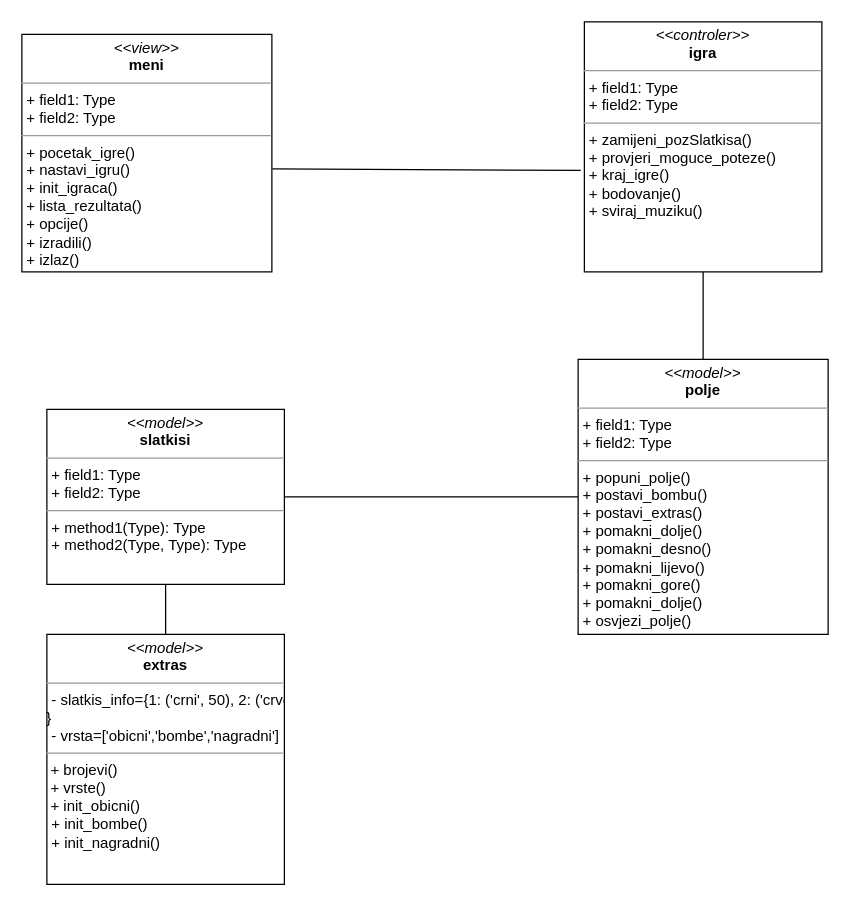
The draw.io diagram page "MVC" (7 of 9) of Dijagram.drawio in Aytoozi/Match-3-puzzle, before the edit. Source tidied: cells renumbered, new cells numbered last; positions are measured from the earlier drawing's top-left corner, leaving out a move shared by most shapes. Both pictures are drawn from the tidied source at 125%, with x=0, y=0 at pixel (21, 21).
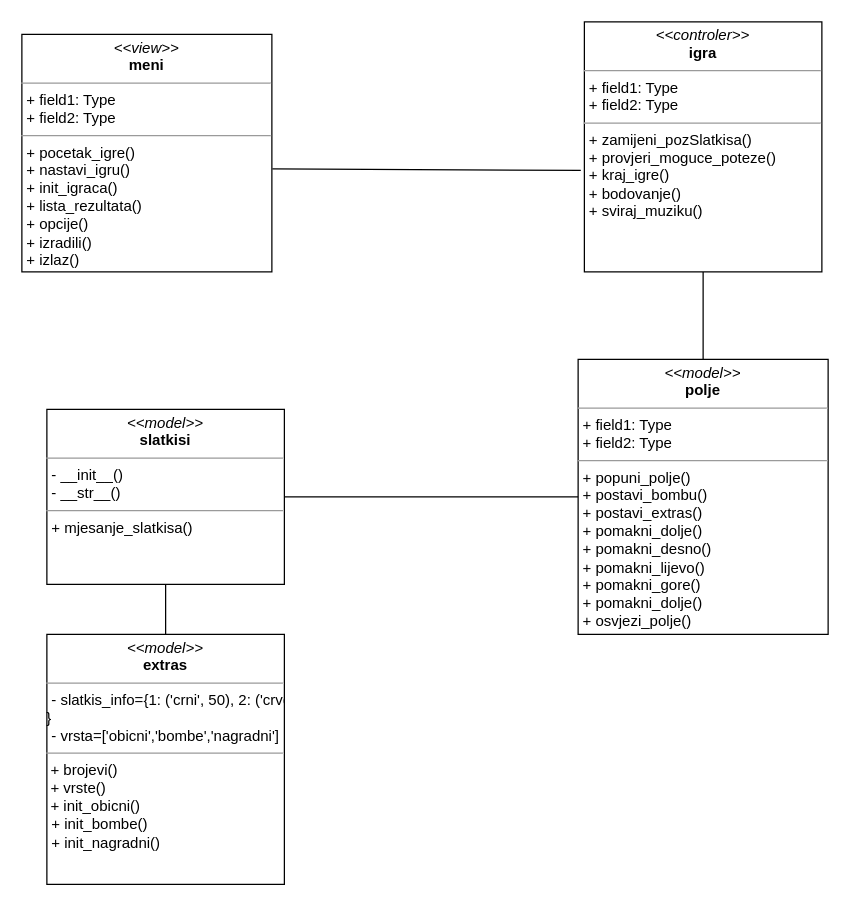
After the change.

What changed in the source:
```diff
@@
 <mxGraphModel>
   <root>
     <mxCell id="0" />
     <mxCell id="1" parent="0" />
     <mxCell id="2" value="&lt;p style=&quot;margin: 0px ; margin-top: 4px ; text-align: center&quot;&gt;&lt;i&gt;&amp;lt;&amp;lt;view&amp;gt;&amp;gt;&lt;/i&gt;&lt;br&gt;&lt;b&gt;meni&lt;/b&gt;&lt;/p&gt;&lt;hr size=&quot;1&quot;&gt;&lt;p style=&quot;margin: 0px ; margin-left: 4px&quot;&gt;+ field1: Type&lt;br&gt;+ field2: Type&lt;/p&gt;&lt;hr size=&quot;1&quot;&gt;&lt;p style=&quot;margin: 0px ; margin-left: 4px&quot;&gt;+ pocetak_igre()&lt;/p&gt;&lt;p style=&quot;margin: 0px ; margin-left: 4px&quot;&gt;+ nastavi_igru()&lt;br&gt;+ init_igraca()&lt;/p&gt;&lt;p style=&quot;margin: 0px ; margin-left: 4px&quot;&gt;+ lista_rezultata()&lt;/p&gt;&lt;p style=&quot;margin: 0px ; margin-left: 4px&quot;&gt;+ opcije()&lt;/p&gt;&lt;p style=&quot;margin: 0px ; margin-left: 4px&quot;&gt;+ izradili()&lt;/p&gt;&lt;p style=&quot;margin: 0px ; margin-left: 4px&quot;&gt;+ izlaz()&lt;/p&gt;" style="verticalAlign=top;align=left;overflow=fill;fontSize=12;fontFamily=Helvetica;html=1;" parent="1" vertex="1">
       <mxGeometry y="10" width="200" height="190" as="geometry" />
     </mxCell>
     <mxCell id="3" value="&lt;p style=&quot;margin: 0px ; margin-top: 4px ; text-align: center&quot;&gt;&lt;i&gt;&amp;lt;&amp;lt;model&amp;gt;&amp;gt;&lt;/i&gt;&lt;br&gt;&lt;b&gt;polje&lt;/b&gt;&lt;/p&gt;&lt;hr size=&quot;1&quot;&gt;&lt;p style=&quot;margin: 0px ; margin-left: 4px&quot;&gt;+ field1: Type&lt;br&gt;+ field2: Type&lt;/p&gt;&lt;hr size=&quot;1&quot;&gt;&lt;p style=&quot;margin: 0px ; margin-left: 4px&quot;&gt;+ popuni_polje()&lt;/p&gt;&lt;p style=&quot;margin: 0px ; margin-left: 4px&quot;&gt;+ postavi_bombu()&lt;/p&gt;&lt;p style=&quot;margin: 0px ; margin-left: 4px&quot;&gt;+ postavi_extras()&lt;/p&gt;&lt;p style=&quot;margin: 0px ; margin-left: 4px&quot;&gt;+ pomakni_dolje()&lt;/p&gt;&lt;p style=&quot;margin: 0px ; margin-left: 4px&quot;&gt;+ pomakni_desno()&lt;/p&gt;&lt;p style=&quot;margin: 0px ; margin-left: 4px&quot;&gt;+ pomakni_lijevo()&lt;br&gt;&lt;/p&gt;&lt;p style=&quot;margin: 0px ; margin-left: 4px&quot;&gt;+ pomakni_gore()&lt;br&gt;&lt;/p&gt;&lt;p style=&quot;margin: 0px ; margin-left: 4px&quot;&gt;+ pomakni_dolje()&lt;br&gt;&lt;/p&gt;&lt;p style=&quot;margin: 0px ; margin-left: 4px&quot;&gt;+ osvjezi_polje()&lt;/p&gt;" style="verticalAlign=top;align=left;overflow=fill;fontSize=12;fontFamily=Helvetica;html=1;" parent="1" vertex="1">
       <mxGeometry x="445" y="270" width="200" height="220" as="geometry" />
     </mxCell>
-    <mxCell id="4" value="&lt;p style=&quot;margin: 0px ; margin-top: 4px ; text-align: center&quot;&gt;&lt;i&gt;&amp;lt;&amp;lt;&lt;/i&gt;&lt;i&gt;model&lt;/i&gt;&lt;i&gt;&amp;gt;&amp;gt;&lt;/i&gt;&lt;br&gt;&lt;b&gt;slatkisi&lt;/b&gt;&lt;/p&gt;&lt;hr size=&quot;1&quot;&gt;&lt;p style=&quot;margin: 0px ; margin-left: 4px&quot;&gt;+ field1: Type&lt;br&gt;+ field2: Type&lt;/p&gt;&lt;hr size=&quot;1&quot;&gt;&lt;p style=&quot;margin: 0px ; margin-left: 4px&quot;&gt;+ method1(Type): Type&lt;br&gt;+ method2(Type, Type): Type&lt;/p&gt;" style="verticalAlign=top;align=left;overflow=fill;fontSize=12;fontFamily=Helvetica;html=1;" parent="1" vertex="1">
+    <mxCell id="4" value="&lt;p style=&quot;margin: 0px ; margin-top: 4px ; text-align: center&quot;&gt;&lt;i&gt;&amp;lt;&amp;lt;&lt;/i&gt;&lt;i&gt;model&lt;/i&gt;&lt;i&gt;&amp;gt;&amp;gt;&lt;/i&gt;&lt;br&gt;&lt;b&gt;slatkisi&lt;/b&gt;&lt;/p&gt;&lt;hr size=&quot;1&quot;&gt;&lt;p style=&quot;margin: 0px ; margin-left: 4px&quot;&gt;- __init__()&lt;br&gt;- __str__()&lt;/p&gt;&lt;hr size=&quot;1&quot;&gt;&lt;p style=&quot;margin: 0px ; margin-left: 4px&quot;&gt;+ mjesanje_slatkisa()&lt;/p&gt;&lt;p style=&quot;margin: 0px ; margin-left: 4px&quot;&gt;&lt;br&gt;&lt;/p&gt;" style="verticalAlign=top;align=left;overflow=fill;fontSize=12;fontFamily=Helvetica;html=1;" parent="1" vertex="1">
       <mxGeometry x="20" y="310" width="190" height="140" as="geometry" />
     </mxCell>
     <mxCell id="5" value="&lt;p style=&quot;margin: 0px ; margin-top: 4px ; text-align: center&quot;&gt;&lt;i&gt;&amp;lt;&amp;lt;controler&amp;gt;&amp;gt;&lt;/i&gt;&lt;br&gt;&lt;b&gt;igra&lt;/b&gt;&lt;/p&gt;&lt;hr size=&quot;1&quot;&gt;&lt;p style=&quot;margin: 0px ; margin-left: 4px&quot;&gt;+ field1: Type&lt;br&gt;+ field2: Type&lt;/p&gt;&lt;hr size=&quot;1&quot;&gt;&lt;p style=&quot;margin: 0px ; margin-left: 4px&quot;&gt;+ zamijeni_pozSlatkisa()&lt;/p&gt;&lt;p style=&quot;margin: 0px ; margin-left: 4px&quot;&gt;+ provjeri_moguce_poteze()&lt;/p&gt;&lt;p style=&quot;margin: 0px ; margin-left: 4px&quot;&gt;+ kraj_igre()&lt;/p&gt;&lt;p style=&quot;margin: 0px ; margin-left: 4px&quot;&gt;+ bodovanje()&lt;/p&gt;&lt;p style=&quot;margin: 0px ; margin-left: 4px&quot;&gt;+ sviraj_muziku()&lt;/p&gt;" style="verticalAlign=top;align=left;overflow=fill;fontSize=12;fontFamily=Helvetica;html=1;" parent="1" vertex="1">
       <mxGeometry x="450" width="190" height="200" as="geometry" />
     </mxCell>
     <mxCell id="6" value="&lt;p style=&quot;margin: 0px ; margin-top: 4px ; text-align: center&quot;&gt;&lt;i&gt;&amp;lt;&amp;lt;model&amp;gt;&amp;gt;&lt;/i&gt;&lt;br&gt;&lt;b&gt;extras&lt;/b&gt;&lt;/p&gt;&lt;hr size=&quot;1&quot;&gt;&lt;p style=&quot;margin: 0px ; margin-left: 4px&quot;&gt;- slatkis_info=&lt;span&gt;{&lt;/span&gt;&lt;span&gt;1: ('crni', 50),&amp;nbsp;&lt;/span&gt;&lt;span&gt;2: ('crveni', 100),&amp;nbsp;&lt;/span&gt;&lt;span&gt;3: ('plavi', 150)&lt;/span&gt;&lt;/p&gt;}&lt;p style=&quot;margin: 0px ; margin-left: 4px&quot;&gt;&lt;span&gt;- vrsta=['obicni','bombe','nagradni']&lt;/span&gt;&lt;/p&gt;&lt;hr size=&quot;1&quot;&gt;&amp;nbsp;+ brojevi()&lt;br&gt;&amp;nbsp;+ vrste()&lt;br&gt;&amp;nbsp;+ init_obicni()&lt;p style=&quot;margin: 0px ; margin-left: 4px&quot;&gt;+ init_bombe()&lt;/p&gt;&lt;p style=&quot;margin: 0px ; margin-left: 4px&quot;&gt;+ init_nagradni()&lt;/p&gt;" style="verticalAlign=top;align=left;overflow=fill;fontSize=12;fontFamily=Helvetica;html=1;" parent="1" vertex="1">
       <mxGeometry x="20" y="490" width="190" height="200" as="geometry" />
     </mxCell>
     <mxCell id="7" style="endArrow=none;html=1;entryX=-0.015;entryY=0.594;entryDx=0;entryDy=0;entryPerimeter=0;exitX=1.002;exitY=0.566;exitDx=0;exitDy=0;exitPerimeter=0;" parent="1" edge="1" source="2" target="5">
       <mxGeometry relative="1" as="geometry" />
     </mxCell>
     <mxCell id="8" style="endArrow=none;html=1;exitX=1;exitY=0.5;exitDx=0;exitDy=0;entryX=0;entryY=0.5;entryDx=0;entryDy=0;" parent="1" edge="1" source="4" target="3">
       <mxGeometry relative="1" as="geometry" />
     </mxCell>
     <mxCell id="9" style="endArrow=none;html=1;entryX=0.5;entryY=1;entryDx=0;entryDy=0;exitX=0.5;exitY=0;exitDx=0;exitDy=0;" parent="1" edge="1" source="3" target="5">
       <mxGeometry relative="1" as="geometry" />
     </mxCell>
     <mxCell id="10" style="endArrow=none;html=1;entryX=0.5;entryY=1;entryDx=0;entryDy=0;exitX=0.5;exitY=0;exitDx=0;exitDy=0;" parent="1" edge="1" source="6" target="4">
       <mxGeometry relative="1" as="geometry" />
     </mxCell>
   </root>
 </mxGraphModel>
```
